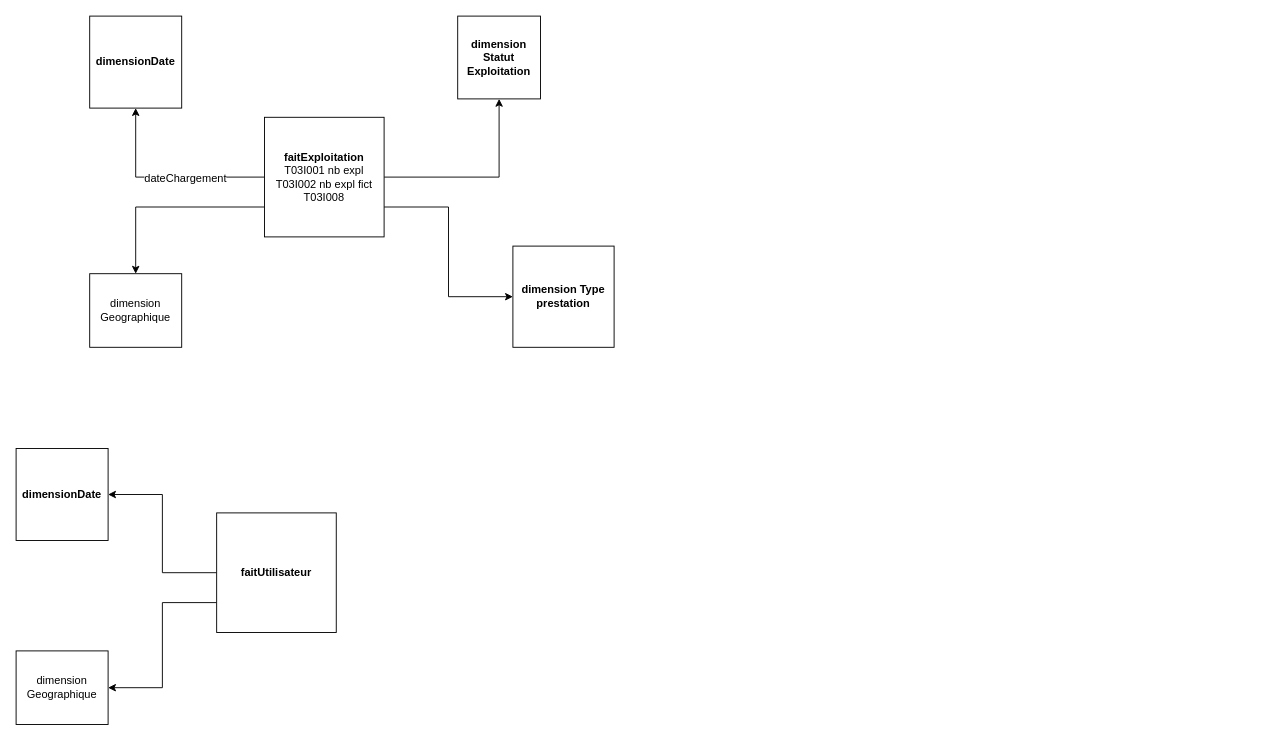
Before: magasinT03.drawio in matthCarlini/model, a draw.io diagram. Source tidied: cells renumbered, new cells numbered last; positions are measured from the earlier drawing's top-left corner, leaving out a move shared by most shapes. Both pictures are drawn from the tidied source at 92%, with x=0, y=0 at pixel (16, 16).
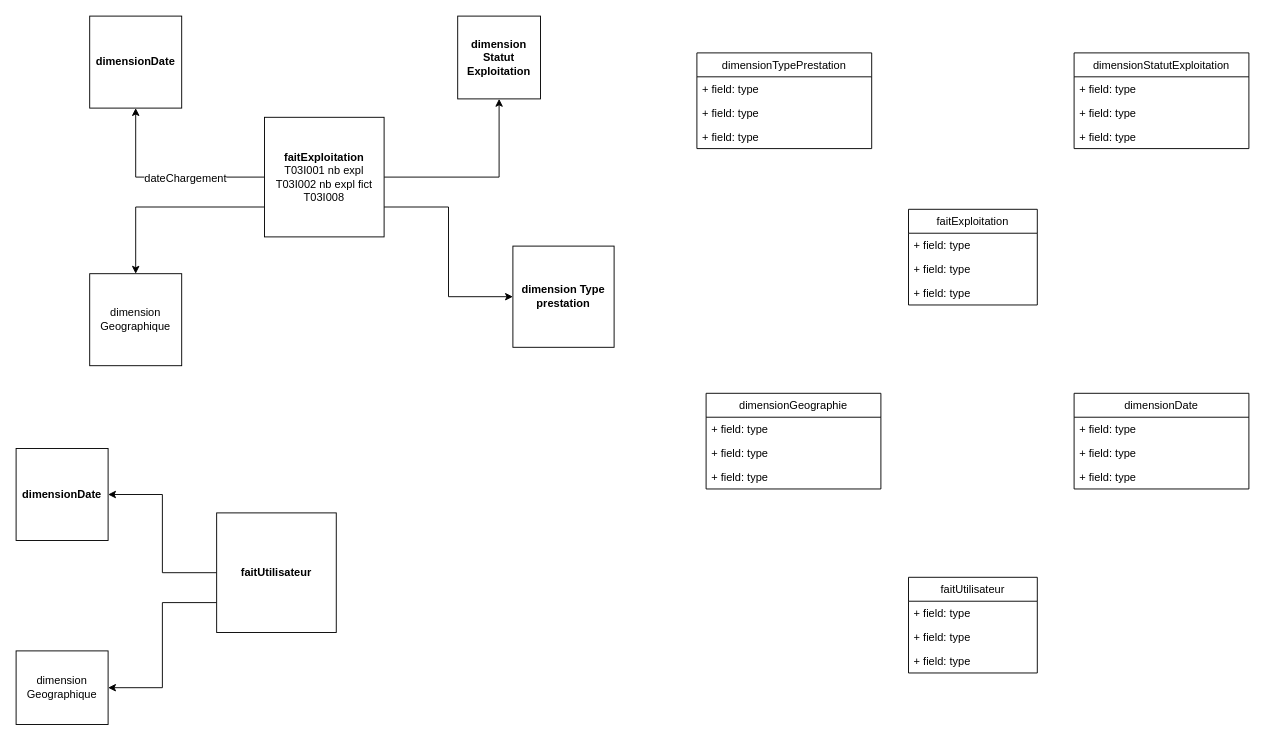
The same diagram, later.

Diff of the diagram source:
```diff
@@
     <mxCell id="10" value="&lt;div&gt;dimension&lt;/div&gt;&lt;div&gt;Geographique&lt;/div&gt;" style="rounded=0;whiteSpace=wrap;html=1;" parent="1" vertex="1">
-      <mxGeometry x="80" y="280" width="100" height="80" as="geometry" />
+      <mxGeometry x="80" y="280" width="100" height="100" as="geometry" />
     </mxCell>
@@
+    <mxCell id="17" value="dimensionStatutExploitation" style="swimlane;fontStyle=0;horizontal=1;startSize=26;fillColor=none;" parent="1" vertex="1">
+      <mxGeometry x="1150" y="40" width="190" height="104" as="geometry" />
+    </mxCell>
+    <mxCell id="18" value="+ field: type" style="text;strokeColor=none;fillColor=none;align=left;verticalAlign=top;spacingLeft=4;spacingRight=4;overflow=hidden;" parent="17" vertex="1">
+      <mxGeometry y="26" width="190" height="26" as="geometry" />
+    </mxCell>
+    <mxCell id="19" value="+ field: type" style="text;strokeColor=none;fillColor=none;align=left;verticalAlign=top;spacingLeft=4;spacingRight=4;overflow=hidden;" parent="17" vertex="1">
+      <mxGeometry y="52" width="190" height="26" as="geometry" />
+    </mxCell>
+    <mxCell id="20" value="+ field: type" style="text;strokeColor=none;fillColor=none;align=left;verticalAlign=top;spacingLeft=4;spacingRight=4;overflow=hidden;" parent="17" vertex="1">
+      <mxGeometry y="78" width="190" height="26" as="geometry" />
+    </mxCell>
+    <mxCell id="21" value="faitExploitation" style="swimlane;fontStyle=0;horizontal=1;startSize=26;fillColor=none;" parent="1" vertex="1">
+      <mxGeometry x="970" y="210" width="140" height="104" as="geometry" />
+    </mxCell>
+    <mxCell id="22" value="+ field: type" style="text;strokeColor=none;fillColor=none;align=left;verticalAlign=top;spacingLeft=4;spacingRight=4;overflow=hidden;" parent="21" vertex="1">
+      <mxGeometry y="26" width="140" height="26" as="geometry" />
+    </mxCell>
+    <mxCell id="23" value="+ field: type" style="text;strokeColor=none;fillColor=none;align=left;verticalAlign=top;spacingLeft=4;spacingRight=4;overflow=hidden;" parent="21" vertex="1">
+      <mxGeometry y="52" width="140" height="26" as="geometry" />
+    </mxCell>
+    <mxCell id="24" value="+ field: type" style="text;strokeColor=none;fillColor=none;align=left;verticalAlign=top;spacingLeft=4;spacingRight=4;overflow=hidden;" parent="21" vertex="1">
+      <mxGeometry y="78" width="140" height="26" as="geometry" />
+    </mxCell>
+    <mxCell id="25" value="dimensionGeographie" style="swimlane;fontStyle=0;horizontal=1;startSize=26;fillColor=none;" parent="1" vertex="1">
+      <mxGeometry x="750" y="410" width="190" height="104" as="geometry" />
+    </mxCell>
+    <mxCell id="26" value="+ field: type" style="text;strokeColor=none;fillColor=none;align=left;verticalAlign=top;spacingLeft=4;spacingRight=4;overflow=hidden;" parent="25" vertex="1">
+      <mxGeometry y="26" width="190" height="26" as="geometry" />
+    </mxCell>
+    <mxCell id="27" value="+ field: type" style="text;strokeColor=none;fillColor=none;align=left;verticalAlign=top;spacingLeft=4;spacingRight=4;overflow=hidden;" parent="25" vertex="1">
+      <mxGeometry y="52" width="190" height="26" as="geometry" />
+    </mxCell>
+    <mxCell id="28" value="+ field: type" style="text;strokeColor=none;fillColor=none;align=left;verticalAlign=top;spacingLeft=4;spacingRight=4;overflow=hidden;" parent="25" vertex="1">
+      <mxGeometry y="78" width="190" height="26" as="geometry" />
+    </mxCell>
+    <mxCell id="29" value="dimensionDate" style="swimlane;fontStyle=0;horizontal=1;startSize=26;fillColor=none;" parent="1" vertex="1">
+      <mxGeometry x="1150" y="410" width="190" height="104" as="geometry" />
+    </mxCell>
+    <mxCell id="30" value="+ field: type" style="text;strokeColor=none;fillColor=none;align=left;verticalAlign=top;spacingLeft=4;spacingRight=4;overflow=hidden;" parent="29" vertex="1">
+      <mxGeometry y="26" width="190" height="26" as="geometry" />
+    </mxCell>
+    <mxCell id="31" value="+ field: type" style="text;strokeColor=none;fillColor=none;align=left;verticalAlign=top;spacingLeft=4;spacingRight=4;overflow=hidden;" parent="29" vertex="1">
+      <mxGeometry y="52" width="190" height="26" as="geometry" />
+    </mxCell>
+    <mxCell id="32" value="+ field: type" style="text;strokeColor=none;fillColor=none;align=left;verticalAlign=top;spacingLeft=4;spacingRight=4;overflow=hidden;" parent="29" vertex="1">
+      <mxGeometry y="78" width="190" height="26" as="geometry" />
+    </mxCell>
+    <mxCell id="33" value="dimensionTypePrestation" style="swimlane;fontStyle=0;horizontal=1;startSize=26;fillColor=none;" parent="1" vertex="1">
+      <mxGeometry x="740" y="40" width="190" height="104" as="geometry" />
+    </mxCell>
+    <mxCell id="34" value="+ field: type" style="text;strokeColor=none;fillColor=none;align=left;verticalAlign=top;spacingLeft=4;spacingRight=4;overflow=hidden;" parent="33" vertex="1">
+      <mxGeometry y="26" width="190" height="26" as="geometry" />
+    </mxCell>
+    <mxCell id="35" value="+ field: type" style="text;strokeColor=none;fillColor=none;align=left;verticalAlign=top;spacingLeft=4;spacingRight=4;overflow=hidden;" parent="33" vertex="1">
+      <mxGeometry y="52" width="190" height="26" as="geometry" />
+    </mxCell>
+    <mxCell id="36" value="+ field: type" style="text;strokeColor=none;fillColor=none;align=left;verticalAlign=top;spacingLeft=4;spacingRight=4;overflow=hidden;" parent="33" vertex="1">
+      <mxGeometry y="78" width="190" height="26" as="geometry" />
+    </mxCell>
+    <mxCell id="37" value="faitUtilisateur" style="swimlane;fontStyle=0;horizontal=1;startSize=26;fillColor=none;" parent="1" vertex="1">
+      <mxGeometry x="970" y="610" width="140" height="104" as="geometry" />
+    </mxCell>
+    <mxCell id="38" value="+ field: type" style="text;strokeColor=none;fillColor=none;align=left;verticalAlign=top;spacingLeft=4;spacingRight=4;overflow=hidden;" parent="37" vertex="1">
+      <mxGeometry y="26" width="140" height="26" as="geometry" />
+    </mxCell>
+    <mxCell id="39" value="+ field: type" style="text;strokeColor=none;fillColor=none;align=left;verticalAlign=top;spacingLeft=4;spacingRight=4;overflow=hidden;" parent="37" vertex="1">
+      <mxGeometry y="52" width="140" height="26" as="geometry" />
+    </mxCell>
+    <mxCell id="40" value="+ field: type" style="text;strokeColor=none;fillColor=none;align=left;verticalAlign=top;spacingLeft=4;spacingRight=4;overflow=hidden;" parent="37" vertex="1">
+      <mxGeometry y="78" width="140" height="26" as="geometry" />
+    </mxCell>
```
